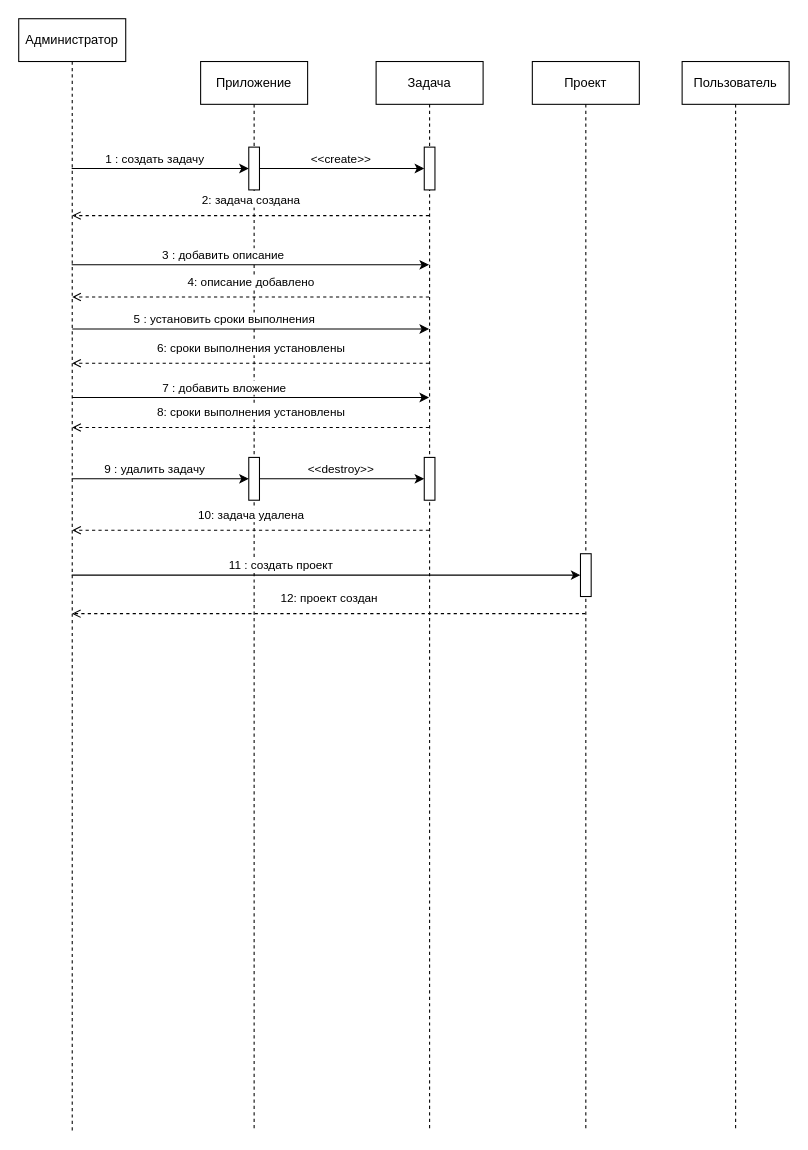
hard-gainer/UML keeps this draw.io diagram as диаграммаПоследовательностиКурс.drawio. Above is the earlier version. Source tidied: cells renumbered, new cells numbered last; positions are measured from the earlier drawing's top-left corner, leaving out a move shared by most shapes. Both pictures are drawn from the tidied source at 107%, with x=0, y=0 at pixel (18, 18).
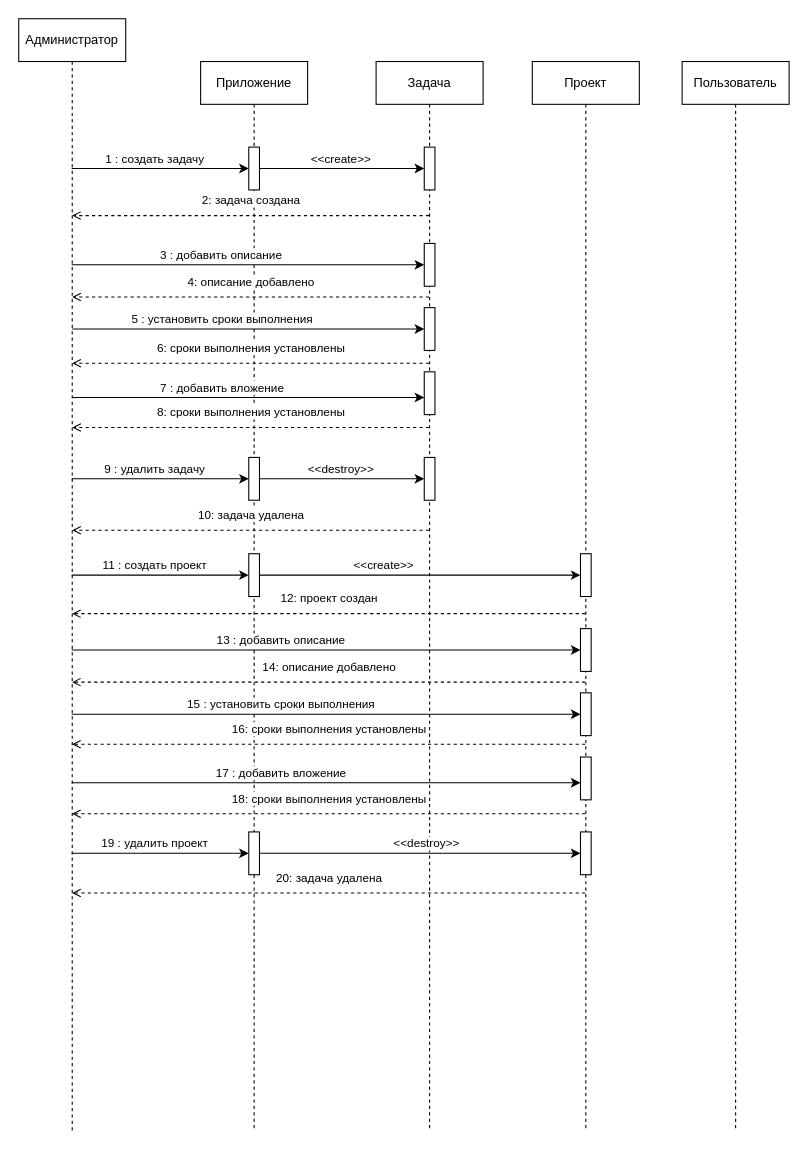
After the change.

The change refers to these unchanged cells:
```xml
<mxCell id="2" value="Администратор" style="shape=umlLifeline;perimeter=lifelinePerimeter;whiteSpace=wrap;html=1;outlineConnect=0;portConstraint=eastwest;newEdgeStyle={&quot;edgeStyle&quot;:&quot;elbowEdgeStyle&quot;,&quot;elbow&quot;:&quot;vertical&quot;,&quot;curved&quot;:0,&quot;rounded&quot;:0};" parent="1" vertex="1">
  <mxGeometry width="100" height="1040" as="geometry" />
</mxCell>
<mxCell id="4" value="Приложение" style="shape=umlLifeline;perimeter=lifelinePerimeter;whiteSpace=wrap;html=1;newEdgeStyle={&quot;edgeStyle&quot;:&quot;elbowEdgeStyle&quot;,&quot;elbow&quot;:&quot;vertical&quot;,&quot;curved&quot;:0,&quot;rounded&quot;:0};" parent="1" vertex="1">
  <mxGeometry x="170" y="40" width="100" height="1000" as="geometry" />
</mxCell>
<mxCell id="9" value="Задача" style="shape=umlLifeline;perimeter=lifelinePerimeter;whiteSpace=wrap;html=1;outlineConnect=0;portConstraint=eastwest;newEdgeStyle={&quot;edgeStyle&quot;:&quot;elbowEdgeStyle&quot;,&quot;elbow&quot;:&quot;vertical&quot;,&quot;curved&quot;:0,&quot;rounded&quot;:0};" parent="1" vertex="1">
  <mxGeometry x="334" y="40" width="100" height="1000" as="geometry" />
</mxCell>
<mxCell id="29" value="Проект" style="shape=umlLifeline;perimeter=lifelinePerimeter;whiteSpace=wrap;html=1;newEdgeStyle={&quot;edgeStyle&quot;:&quot;elbowEdgeStyle&quot;,&quot;elbow&quot;:&quot;vertical&quot;,&quot;curved&quot;:0,&quot;rounded&quot;:0};" parent="1" vertex="1">
  <mxGeometry x="480" y="40" width="100" height="1000" as="geometry" />
</mxCell>
<mxCell id="30" style="html=1;points=[[0,0,0,0,5],[0,1,0,0,-5],[1,0,0,0,5],[1,1,0,0,-5]];perimeter=orthogonalPerimeter;outlineConnect=0;targetShapes=umlLifeline;portConstraint=eastwest;newEdgeStyle={&quot;curved&quot;:0,&quot;rounded&quot;:0};" parent="29" vertex="1">
  <mxGeometry x="45" y="460" width="10" height="40" as="geometry" />
</mxCell>
```

The edit, as a diff of the source:
```diff
@@
+    <mxCell id="34" style="html=1;points=[[0,0,0,0,5],[0,1,0,0,-5],[1,0,0,0,5],[1,1,0,0,-5]];perimeter=orthogonalPerimeter;outlineConnect=0;targetShapes=umlLifeline;portConstraint=eastwest;newEdgeStyle={&quot;curved&quot;:0,&quot;rounded&quot;:0};" parent="4" vertex="1">
+      <mxGeometry x="45" y="720" width="10" height="40" as="geometry" />
+    </mxCell>
@@
+    <mxCell id="35" style="html=1;points=[[0,0,0,0,5],[0,1,0,0,-5],[1,0,0,0,5],[1,1,0,0,-5]];perimeter=orthogonalPerimeter;outlineConnect=0;targetShapes=umlLifeline;portConstraint=eastwest;newEdgeStyle={&quot;curved&quot;:0,&quot;rounded&quot;:0};" parent="9" vertex="1">
+      <mxGeometry x="45" y="170" width="10" height="40" as="geometry" />
+    </mxCell>
+    <mxCell id="36" style="html=1;points=[[0,0,0,0,5],[0,1,0,0,-5],[1,0,0,0,5],[1,1,0,0,-5]];perimeter=orthogonalPerimeter;outlineConnect=0;targetShapes=umlLifeline;portConstraint=eastwest;newEdgeStyle={&quot;curved&quot;:0,&quot;rounded&quot;:0};" parent="9" vertex="1">
+      <mxGeometry x="45" y="230" width="10" height="40" as="geometry" />
+    </mxCell>
+    <mxCell id="37" style="html=1;points=[[0,0,0,0,5],[0,1,0,0,-5],[1,0,0,0,5],[1,1,0,0,-5]];perimeter=orthogonalPerimeter;outlineConnect=0;targetShapes=umlLifeline;portConstraint=eastwest;newEdgeStyle={&quot;curved&quot;:0,&quot;rounded&quot;:0};" parent="9" vertex="1">
+      <mxGeometry x="45" y="290" width="10" height="40" as="geometry" />
+    </mxCell>
@@
-    <mxCell id="16" style="edgeStyle=elbowEdgeStyle;rounded=0;jettySize=auto;html=1;elbow=vertical;curved=0;" parent="1" edge="1" source="2" target="9">
+    <mxCell id="16" style="edgeStyle=elbowEdgeStyle;rounded=0;jettySize=auto;html=1;elbow=vertical;curved=0;" parent="1" edge="1" source="2" target="35">
       <mxGeometry relative="1" as="geometry">
         <Array as="points">
           <mxPoint x="220" y="230" />
         </Array>
       </mxGeometry>
     </mxCell>
@@
-    <mxCell id="18" style="edgeStyle=elbowEdgeStyle;rounded=0;orthogonalLoop=1;jettySize=auto;html=1;elbow=vertical;curved=0;" parent="1" edge="1">
+    <mxCell id="18" style="edgeStyle=elbowEdgeStyle;rounded=0;jettySize=auto;html=1;elbow=vertical;curved=0;" parent="1" edge="1" target="36">
       <mxGeometry relative="1" as="geometry">
         <mxPoint x="50" y="290" as="sourcePoint" />
-        <mxPoint x="383.5" y="290" as="targetPoint" />
         <Array as="points">
           <mxPoint x="230" y="290" />
         </Array>
       </mxGeometry>
     </mxCell>
@@
-    <mxCell id="20" style="edgeStyle=elbowEdgeStyle;rounded=0;orthogonalLoop=1;jettySize=auto;html=1;elbow=vertical;curved=0;" parent="1" edge="1">
+    <mxCell id="20" style="edgeStyle=elbowEdgeStyle;rounded=0;jettySize=auto;html=1;elbow=vertical;curved=0;" parent="1" edge="1" target="37">
       <mxGeometry relative="1" as="geometry">
         <mxPoint x="50" y="354" as="sourcePoint" />
-        <mxPoint x="383.5" y="354" as="targetPoint" />
         <Array as="points">
           <mxPoint x="240" y="354" />
         </Array>
       </mxGeometry>
     </mxCell>
@@
+    <mxCell id="38" style="html=1;points=[[0,0,0,0,5],[0,1,0,0,-5],[1,0,0,0,5],[1,1,0,0,-5]];perimeter=orthogonalPerimeter;outlineConnect=0;targetShapes=umlLifeline;portConstraint=eastwest;newEdgeStyle={&quot;curved&quot;:0,&quot;rounded&quot;:0};" parent="29" vertex="1">
+      <mxGeometry x="45" y="530" width="10" height="40" as="geometry" />
+    </mxCell>
+    <mxCell id="39" style="html=1;points=[[0,0,0,0,5],[0,1,0,0,-5],[1,0,0,0,5],[1,1,0,0,-5]];perimeter=orthogonalPerimeter;outlineConnect=0;targetShapes=umlLifeline;portConstraint=eastwest;newEdgeStyle={&quot;curved&quot;:0,&quot;rounded&quot;:0};" parent="29" vertex="1">
+      <mxGeometry x="45" y="590" width="10" height="40" as="geometry" />
+    </mxCell>
+    <mxCell id="40" style="html=1;points=[[0,0,0,0,5],[0,1,0,0,-5],[1,0,0,0,5],[1,1,0,0,-5]];perimeter=orthogonalPerimeter;outlineConnect=0;targetShapes=umlLifeline;portConstraint=eastwest;newEdgeStyle={&quot;curved&quot;:0,&quot;rounded&quot;:0};" parent="29" vertex="1">
+      <mxGeometry x="45" y="650" width="10" height="40" as="geometry" />
+    </mxCell>
+    <mxCell id="41" style="html=1;points=[[0,0,0,0,5],[0,1,0,0,-5],[1,0,0,0,5],[1,1,0,0,-5]];perimeter=orthogonalPerimeter;outlineConnect=0;targetShapes=umlLifeline;portConstraint=eastwest;newEdgeStyle={&quot;curved&quot;:0,&quot;rounded&quot;:0};" parent="29" vertex="1">
+      <mxGeometry x="45" y="720" width="10" height="40" as="geometry" />
+    </mxCell>
-    <mxCell id="31" style="edgeStyle=elbowEdgeStyle;rounded=0;jettySize=auto;html=1;elbow=vertical;curved=0;" parent="1" edge="1" source="2" target="30">
+    <mxCell id="31" style="edgeStyle=elbowEdgeStyle;rounded=0;jettySize=auto;html=1;elbow=vertical;curved=0;" parent="1" edge="1" source="52" target="30">
       <mxGeometry relative="1" as="geometry">
         <Array as="points">
           <mxPoint x="520" y="520" />
         </Array>
       </mxGeometry>
     </mxCell>
+    <mxCell id="33" value="12: проект создан" style="html=1;verticalAlign=bottom;labelBackgroundColor=default;endArrow=open;endFill=0;dashed=1;rounded=0;" parent="1" edge="1">
+      <mxGeometry y="-5" relative="1" as="geometry">
+        <mxPoint x="529.5" y="556" as="sourcePoint" />
+        <mxPoint x="49.8" y="556" as="targetPoint" />
+      </mxGeometry>
+    </mxCell>
+    <mxCell id="42" style="edgeStyle=elbowEdgeStyle;rounded=0;jettySize=auto;html=1;elbow=vertical;curved=0;" parent="1" edge="1" source="2" target="38">
+      <mxGeometry relative="1" as="geometry">
+        <Array as="points">
+          <mxPoint x="350" y="590" />
+        </Array>
+      </mxGeometry>
+    </mxCell>
+    <mxCell id="43" value="13 : добавить описание" style="edgeLabel;html=1;align=center;verticalAlign=middle;" parent="42" vertex="1">
+      <mxGeometry x="-0.24" y="1" relative="1" as="geometry">
+        <mxPoint x="14" y="-9" as="offset" />
+      </mxGeometry>
+    </mxCell>
+    <mxCell id="44" style="edgeStyle=elbowEdgeStyle;rounded=0;jettySize=auto;html=1;elbow=vertical;curved=0;" parent="1" edge="1" source="2" target="39">
+      <mxGeometry relative="1" as="geometry">
+        <Array as="points">
+          <mxPoint x="360" y="650" />
+        </Array>
+      </mxGeometry>
+    </mxCell>
+    <mxCell id="45" value="15 : установить сроки выполнения" style="edgeLabel;html=1;align=center;verticalAlign=middle;" parent="44" vertex="1">
+      <mxGeometry x="-0.24" y="1" relative="1" as="geometry">
+        <mxPoint x="14" y="-9" as="offset" />
+      </mxGeometry>
+    </mxCell>
+    <mxCell id="46" style="edgeStyle=elbowEdgeStyle;rounded=0;jettySize=auto;html=1;elbow=vertical;curved=0;" parent="1" edge="1" source="2" target="40">
+      <mxGeometry relative="1" as="geometry">
+        <Array as="points">
+          <mxPoint x="370" y="714" />
+        </Array>
+      </mxGeometry>
+    </mxCell>
+    <mxCell id="47" value="17 : добавить вложение" style="edgeLabel;html=1;align=center;verticalAlign=middle;" parent="46" vertex="1">
+      <mxGeometry x="-0.24" y="1" relative="1" as="geometry">
+        <mxPoint x="14" y="-9" as="offset" />
+      </mxGeometry>
+    </mxCell>
+    <mxCell id="48" value="14: описание добавлено" style="html=1;verticalAlign=bottom;labelBackgroundColor=default;endArrow=open;endFill=0;dashed=1;rounded=0;" parent="1" edge="1">
+      <mxGeometry y="-5" relative="1" as="geometry">
+        <mxPoint x="529.5" y="620" as="sourcePoint" />
+        <mxPoint x="49.8" y="620" as="targetPoint" />
+      </mxGeometry>
+    </mxCell>
+    <mxCell id="49" value="16: сроки выполнения установлены" style="html=1;verticalAlign=bottom;labelBackgroundColor=default;endArrow=open;endFill=0;dashed=1;rounded=0;" parent="1" edge="1">
+      <mxGeometry y="-5" relative="1" as="geometry">
+        <mxPoint x="529.5" y="678" as="sourcePoint" />
+        <mxPoint x="49.8" y="678" as="targetPoint" />
+      </mxGeometry>
+    </mxCell>
+    <mxCell id="50" value="18: сроки выполнения установлены" style="html=1;verticalAlign=bottom;labelBackgroundColor=default;endArrow=open;endFill=0;dashed=1;rounded=0;" parent="1" edge="1">
+      <mxGeometry y="-5" relative="1" as="geometry">
+        <mxPoint x="529.5" y="743" as="sourcePoint" />
+        <mxPoint x="49.8" y="743" as="targetPoint" />
+      </mxGeometry>
+    </mxCell>
+    <mxCell id="51" style="edgeStyle=elbowEdgeStyle;rounded=0;jettySize=auto;html=1;elbow=vertical;curved=0;" parent="1" edge="1" source="2" target="52">
+      <mxGeometry relative="1" as="geometry" />
+    </mxCell>
-    <mxCell id="32" value="11 : создать проект" style="edgeLabel;html=1;align=center;verticalAlign=middle;" parent="31" vertex="1">
+    <mxCell id="32" value="11 : создать проект" style="edgeLabel;html=1;align=center;verticalAlign=middle;" parent="51" vertex="1">
       <mxGeometry x="-0.24" y="1" relative="1" as="geometry">
         <mxPoint x="14" y="-9" as="offset" />
       </mxGeometry>
     </mxCell>
-    <mxCell id="33" value="12: проект создан" style="html=1;verticalAlign=bottom;labelBackgroundColor=default;endArrow=open;endFill=0;dashed=1;rounded=0;" parent="1" edge="1">
-      <mxGeometry y="-5" relative="1" as="geometry">
-        <mxPoint x="529.5" y="556" as="sourcePoint" />
-        <mxPoint x="49.8" y="556" as="targetPoint" />
-      </mxGeometry>
-    </mxCell>
+    <mxCell id="52" style="html=1;points=[[0,0,0,0,5],[0,1,0,0,-5],[1,0,0,0,5],[1,1,0,0,-5]];perimeter=orthogonalPerimeter;outlineConnect=0;targetShapes=umlLifeline;portConstraint=eastwest;newEdgeStyle={&quot;curved&quot;:0,&quot;rounded&quot;:0};" parent="1" vertex="1">
+      <mxGeometry x="215" y="500" width="10" height="40" as="geometry" />
+    </mxCell>
+    <mxCell id="53" value="&amp;lt;&amp;lt;create&amp;gt;&amp;gt;" style="edgeLabel;html=1;align=center;verticalAlign=middle;" parent="1" vertex="1">
+      <mxGeometry x="340" y="510" as="geometry" />
+    </mxCell>
+    <mxCell id="54" style="edgeStyle=elbowEdgeStyle;rounded=0;jettySize=auto;html=1;elbow=vertical;curved=0;" parent="1" edge="1" source="2" target="34">
+      <mxGeometry relative="1" as="geometry">
+        <Array as="points">
+          <mxPoint x="140" y="780" />
+        </Array>
+      </mxGeometry>
+    </mxCell>
+    <mxCell id="55" value="19 : удалить проект" style="edgeLabel;html=1;align=center;verticalAlign=middle;" parent="54" vertex="1">
+      <mxGeometry x="-0.24" y="1" relative="1" as="geometry">
+        <mxPoint x="14" y="-9" as="offset" />
+      </mxGeometry>
+    </mxCell>
+    <mxCell id="56" style="edgeStyle=orthogonalEdgeStyle;rounded=0;jettySize=auto;html=1;curved=0;" parent="1" edge="1" source="34" target="41">
+      <mxGeometry relative="1" as="geometry" />
+    </mxCell>
+    <mxCell id="57" value="&amp;lt;&amp;lt;destroy&amp;gt;&amp;gt;" style="edgeLabel;html=1;align=center;verticalAlign=middle;" parent="1" vertex="1">
+      <mxGeometry x="380" y="770" as="geometry" />
+    </mxCell>
+    <mxCell id="58" value="20: задача удалена" style="html=1;verticalAlign=bottom;labelBackgroundColor=default;endArrow=open;endFill=0;dashed=1;rounded=0;" parent="1" edge="1">
+      <mxGeometry y="-5" relative="1" as="geometry">
+        <mxPoint x="529.5" y="817" as="sourcePoint" />
+        <mxPoint x="49.9" y="817" as="targetPoint" />
+      </mxGeometry>
+    </mxCell>
```
